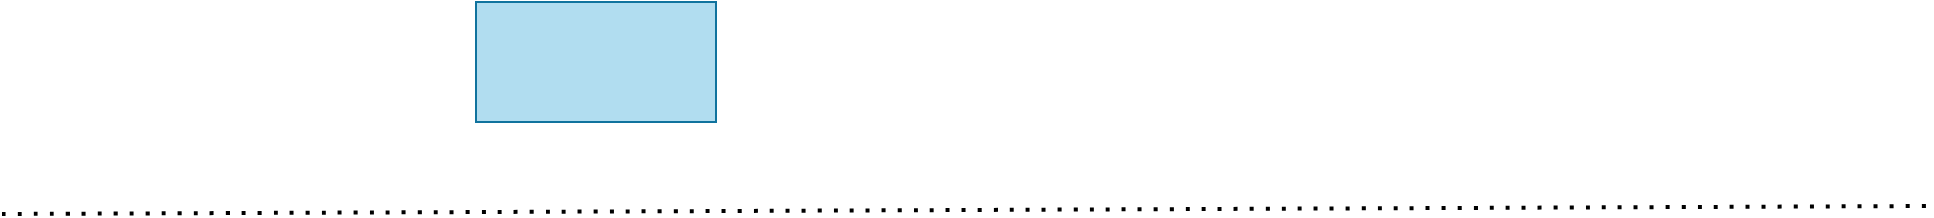
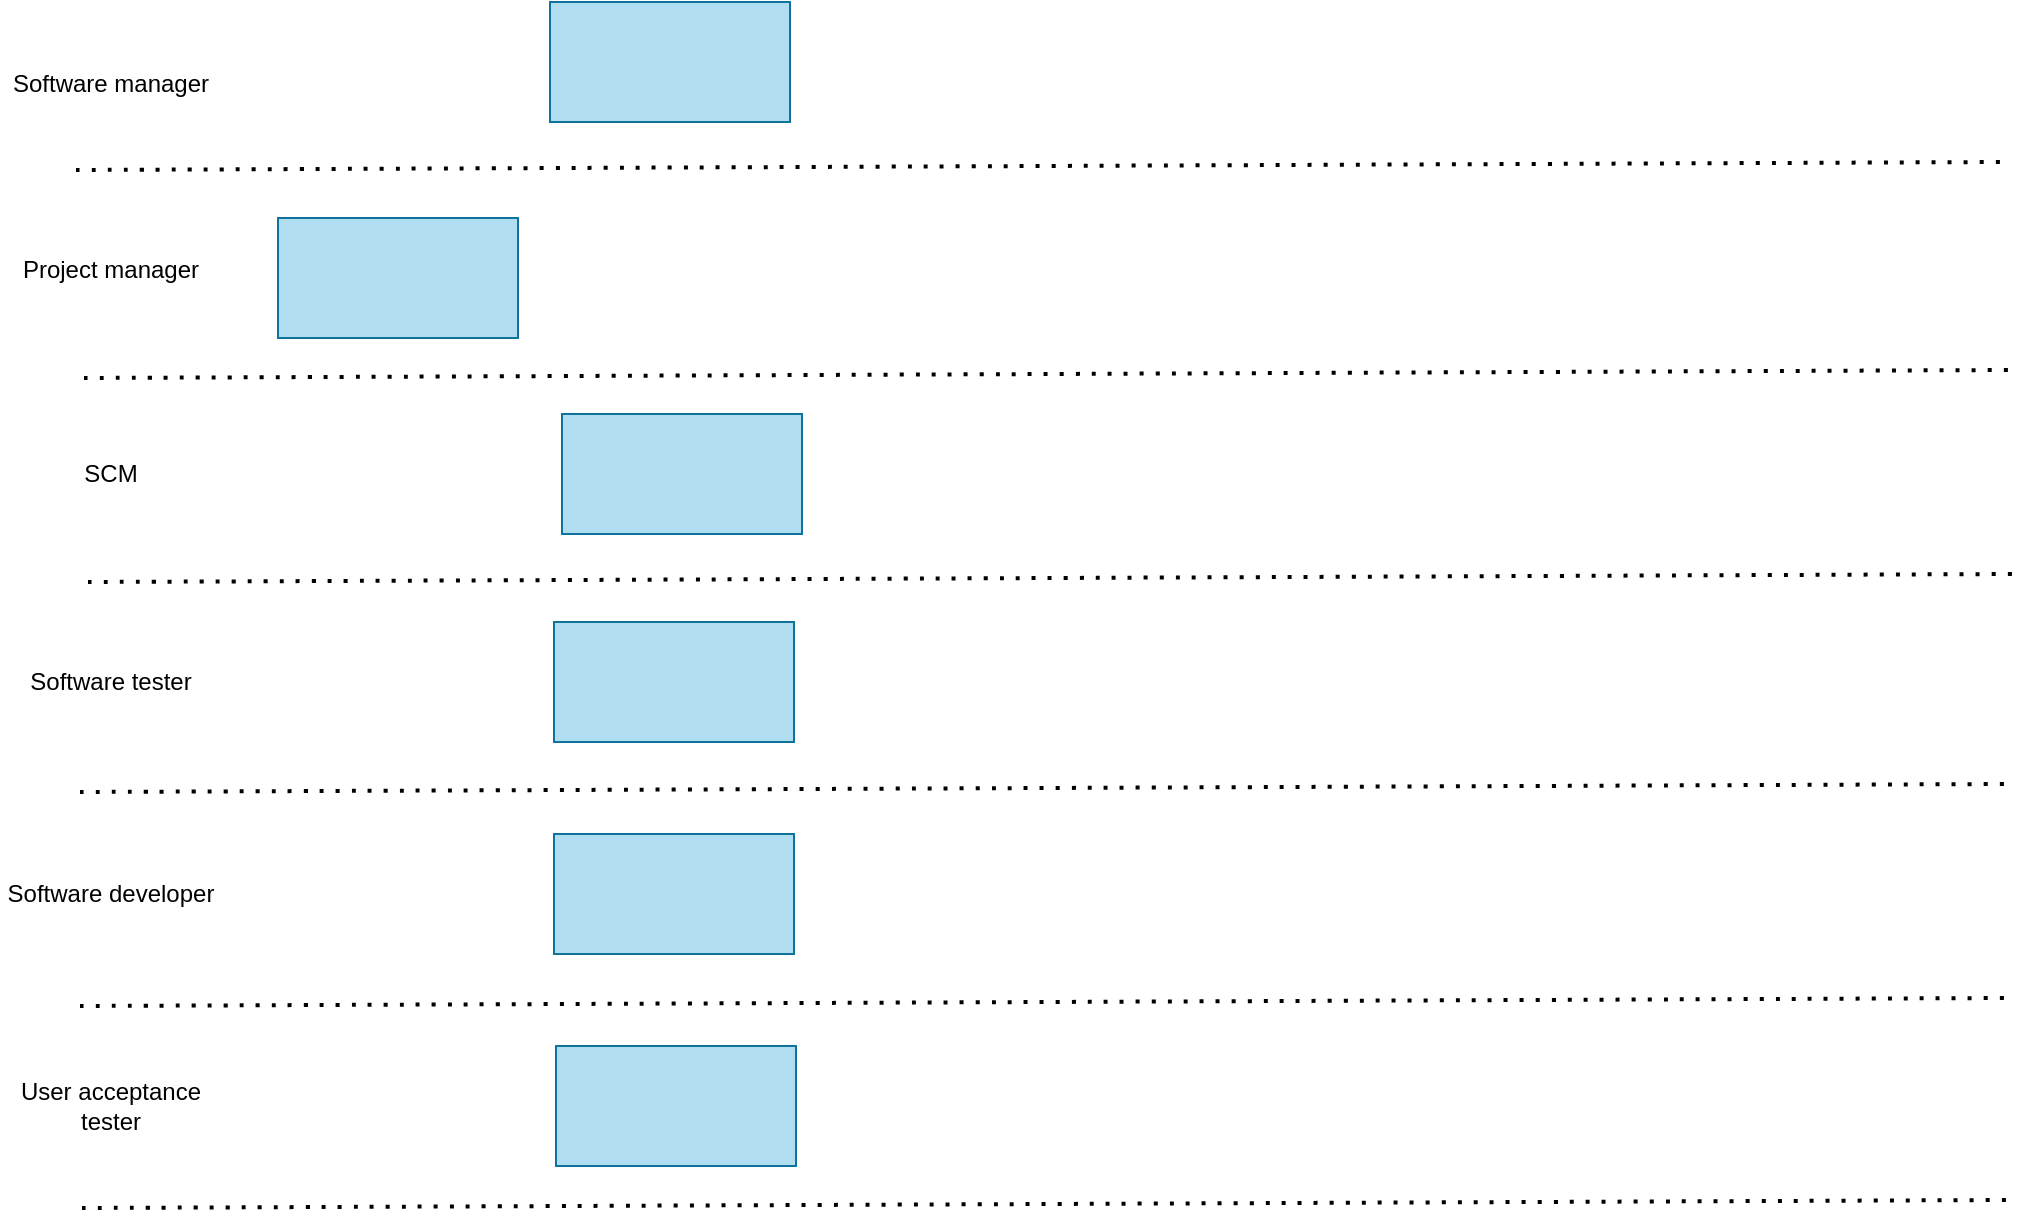
<mxfile host="app.diagrams.net">
  <diagram name="Page-1" id="fTPwgdbc9iwTcl-xMIqn">
    <mxGraphModel dx="3014" dy="1651" grid="0" gridSize="10" guides="1" tooltips="1" connect="1" arrows="1" fold="1" page="0" pageScale="1" pageWidth="827" pageHeight="1169" math="0" shadow="0">
      <root>
        <mxCell id="0" />
        <mxCell id="1" parent="0" />
        <mxCell id="DVGrybJIp1oMZ7pIrlnc-1" parent="1" style="rounded=0;whiteSpace=wrap;html=1;fillColor=#b1ddf0;strokeColor=#10739e;" value="" vertex="1">
          <mxGeometry height="60" width="120" x="-980" y="-686" as="geometry" />
        </mxCell>
        <mxCell id="DVGrybJIp1oMZ7pIrlnc-4" edge="1" parent="1" style="endArrow=none;dashed=1;html=1;dashPattern=1 3;strokeWidth=2;rounded=0;fontSize=12;startSize=8;endSize=8;curved=1;" value="">
          <mxGeometry height="50" relative="1" width="50" as="geometry">
-             <mxPoint x="-1217" y="-580" as="sourcePoint" />
-             <mxPoint x="-253" y="-584" as="targetPoint" />
+             <mxPoint x="-1217" y="-602" as="sourcePoint" />
+             <mxPoint x="-253" y="-606" as="targetPoint" />
          </mxGeometry>
+         </mxCell>
+         <mxCell id="DVGrybJIp1oMZ7pIrlnc-6" parent="1" style="rounded=0;whiteSpace=wrap;html=1;fillColor=#b1ddf0;strokeColor=#10739e;" value="" vertex="1">
+           <mxGeometry height="60" width="120" x="-1116" y="-578" as="geometry" />
+         </mxCell>
+         <mxCell id="DVGrybJIp1oMZ7pIrlnc-7" edge="1" parent="1" style="endArrow=none;dashed=1;html=1;dashPattern=1 3;strokeWidth=2;rounded=0;fontSize=12;startSize=8;endSize=8;curved=1;" value="">
+           <mxGeometry height="50" relative="1" width="50" as="geometry">
+             <mxPoint x="-1213" y="-498" as="sourcePoint" />
+             <mxPoint x="-249" y="-502" as="targetPoint" />
+           </mxGeometry>
+         </mxCell>
+         <mxCell id="DVGrybJIp1oMZ7pIrlnc-8" parent="1" style="rounded=0;whiteSpace=wrap;html=1;fillColor=#b1ddf0;strokeColor=#10739e;" value="" vertex="1">
+           <mxGeometry height="60" width="120" x="-974" y="-480" as="geometry" />
+         </mxCell>
+         <mxCell id="DVGrybJIp1oMZ7pIrlnc-9" edge="1" parent="1" style="endArrow=none;dashed=1;html=1;dashPattern=1 3;strokeWidth=2;rounded=0;fontSize=12;startSize=8;endSize=8;curved=1;" value="">
+           <mxGeometry height="50" relative="1" width="50" as="geometry">
+             <mxPoint x="-1211" y="-396" as="sourcePoint" />
+             <mxPoint x="-247" y="-400" as="targetPoint" />
+           </mxGeometry>
+         </mxCell>
+         <mxCell id="DVGrybJIp1oMZ7pIrlnc-10" parent="1" style="rounded=0;whiteSpace=wrap;html=1;fillColor=#b1ddf0;strokeColor=#10739e;" value="" vertex="1">
+           <mxGeometry height="60" width="120" x="-978" y="-376" as="geometry" />
+         </mxCell>
+         <mxCell id="DVGrybJIp1oMZ7pIrlnc-11" edge="1" parent="1" style="endArrow=none;dashed=1;html=1;dashPattern=1 3;strokeWidth=2;rounded=0;fontSize=12;startSize=8;endSize=8;curved=1;" value="">
+           <mxGeometry height="50" relative="1" width="50" as="geometry">
+             <mxPoint x="-1215" y="-291" as="sourcePoint" />
+             <mxPoint x="-251" y="-295" as="targetPoint" />
+           </mxGeometry>
+         </mxCell>
+         <mxCell id="DVGrybJIp1oMZ7pIrlnc-12" parent="1" style="rounded=0;whiteSpace=wrap;html=1;fillColor=#b1ddf0;strokeColor=#10739e;" value="" vertex="1">
+           <mxGeometry height="60" width="120" x="-978" y="-270" as="geometry" />
+         </mxCell>
+         <mxCell id="DVGrybJIp1oMZ7pIrlnc-13" edge="1" parent="1" style="endArrow=none;dashed=1;html=1;dashPattern=1 3;strokeWidth=2;rounded=0;fontSize=12;startSize=8;endSize=8;curved=1;" value="">
+           <mxGeometry height="50" relative="1" width="50" as="geometry">
+             <mxPoint x="-1215" y="-184" as="sourcePoint" />
+             <mxPoint x="-251" y="-188" as="targetPoint" />
+           </mxGeometry>
+         </mxCell>
+         <mxCell id="DVGrybJIp1oMZ7pIrlnc-14" parent="1" style="text;html=1;whiteSpace=wrap;strokeColor=none;fillColor=none;align=center;verticalAlign=middle;rounded=0;" value="Software manager" vertex="1">
+           <mxGeometry height="30" width="111" x="-1255" y="-660" as="geometry" />
+         </mxCell>
+         <mxCell id="DVGrybJIp1oMZ7pIrlnc-15" parent="1" style="text;html=1;whiteSpace=wrap;strokeColor=none;fillColor=none;align=center;verticalAlign=middle;rounded=0;" value="Project manager" vertex="1">
+           <mxGeometry height="30" width="111" x="-1255" y="-567" as="geometry" />
+         </mxCell>
+         <mxCell id="DVGrybJIp1oMZ7pIrlnc-16" parent="1" style="text;html=1;whiteSpace=wrap;strokeColor=none;fillColor=none;align=center;verticalAlign=middle;rounded=0;" value="SCM" vertex="1">
+           <mxGeometry height="30" width="111" x="-1255" y="-465" as="geometry" />
+         </mxCell>
+         <mxCell id="DVGrybJIp1oMZ7pIrlnc-17" parent="1" style="text;html=1;whiteSpace=wrap;strokeColor=none;fillColor=none;align=center;verticalAlign=middle;rounded=0;" value="Software tester" vertex="1">
+           <mxGeometry height="30" width="111" x="-1255" y="-361" as="geometry" />
+         </mxCell>
+         <mxCell id="DVGrybJIp1oMZ7pIrlnc-18" parent="1" style="text;html=1;whiteSpace=wrap;strokeColor=none;fillColor=none;align=center;verticalAlign=middle;rounded=0;" value="Software developer" vertex="1">
+           <mxGeometry height="30" width="111" x="-1255" y="-255" as="geometry" />
+         </mxCell>
+         <mxCell id="DVGrybJIp1oMZ7pIrlnc-19" parent="1" style="rounded=0;whiteSpace=wrap;html=1;fillColor=#b1ddf0;strokeColor=#10739e;" value="" vertex="1">
+           <mxGeometry height="60" width="120" x="-977" y="-164" as="geometry" />
+         </mxCell>
+         <mxCell id="DVGrybJIp1oMZ7pIrlnc-20" edge="1" parent="1" style="endArrow=none;dashed=1;html=1;dashPattern=1 3;strokeWidth=2;rounded=0;fontSize=12;startSize=8;endSize=8;curved=1;" value="">
+           <mxGeometry height="50" relative="1" width="50" as="geometry">
+             <mxPoint x="-1214" y="-83" as="sourcePoint" />
+             <mxPoint x="-250" y="-87" as="targetPoint" />
+           </mxGeometry>
+         </mxCell>
+         <mxCell id="DVGrybJIp1oMZ7pIrlnc-21" parent="1" style="text;html=1;whiteSpace=wrap;strokeColor=none;fillColor=none;align=center;verticalAlign=middle;rounded=0;" value="User acceptance tester" vertex="1">
+           <mxGeometry height="30" width="111" x="-1255" y="-149" as="geometry" />
        </mxCell>
      </root>
    </mxGraphModel>
  </diagram>
</mxfile>
